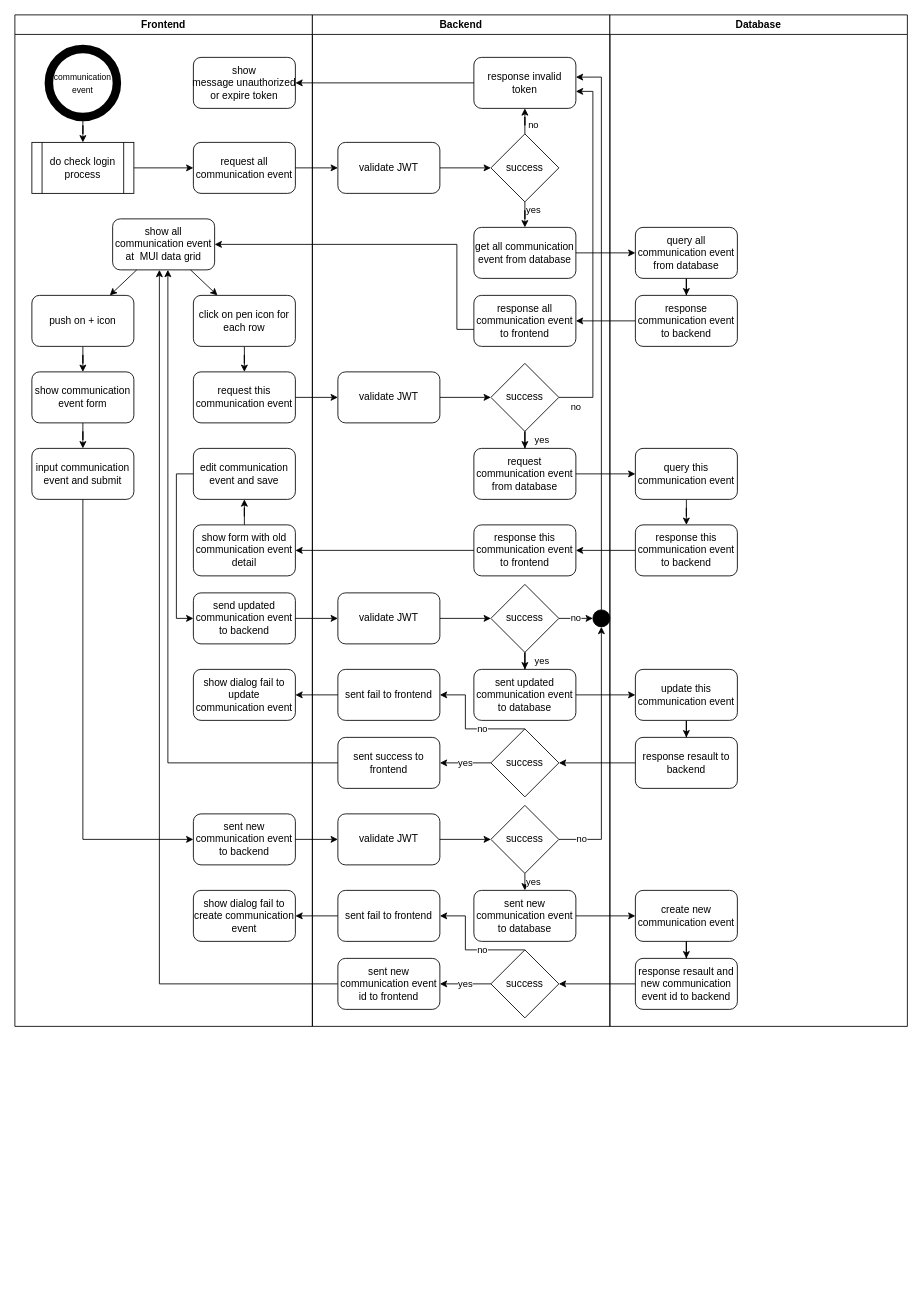
The draw.io diagram page "crud communication event" (12 of 34) of docs/artifact/ActivityDiagram/activity_diagram.drawio in ssszZ-TH/party_fullstack_docker3, before the edit. Source tidied: cells renumbered, new cells numbered last; positions are measured from the earlier drawing's top-left corner, leaving out a move shared by most shapes. Both pictures are drawn from the tidied source at 85%, with x=0, y=0 at pixel (14, 14).
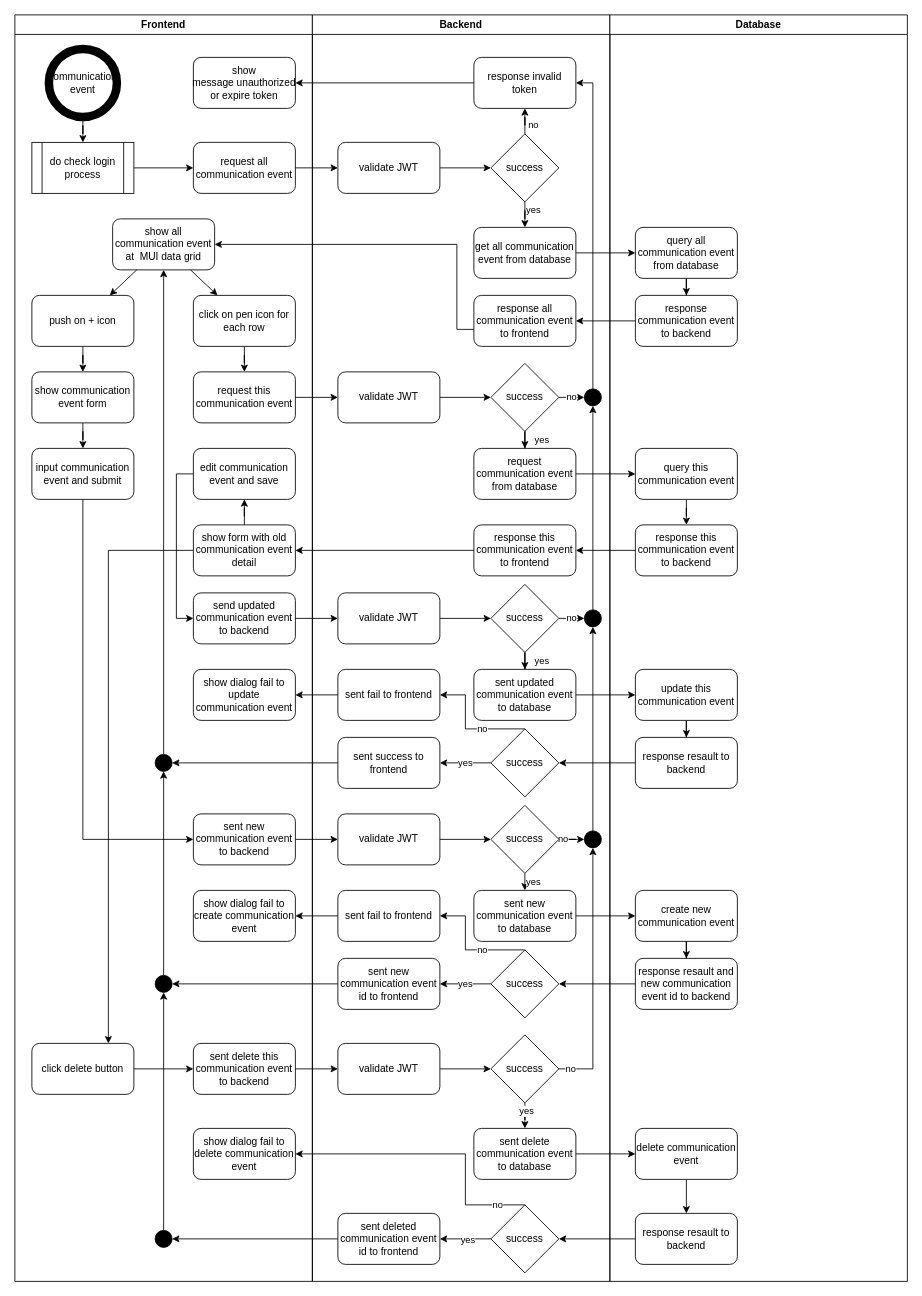
Above is the later version.

Unchanged cells that the change refers to:
```xml
<mxCell id="9" value="&lt;p style=&quot;white-space-collapse: preserve;&quot; dir=&quot;auto&quot;&gt;show all communication event at  MUI data grid&lt;/p&gt;" style="rounded=1;whiteSpace=wrap;html=1;" parent="2" vertex="1">
  <mxGeometry x="115" y="240" width="120" height="60" as="geometry" />
</mxCell>
<mxCell id="20" value="show form with old communication event detail" style="rounded=1;whiteSpace=wrap;html=1;" parent="2" vertex="1">
  <mxGeometry x="210" y="600" width="120" height="60" as="geometry" />
</mxCell>
<mxCell id="35" value="response invalid token" style="rounded=1;whiteSpace=wrap;html=1;" parent="29" vertex="1">
  <mxGeometry x="190" y="50" width="120" height="60" as="geometry" />
</mxCell>
<mxCell id="43" value="success" style="rhombus;whiteSpace=wrap;html=1;" parent="29" vertex="1">
  <mxGeometry x="210" y="410" width="80" height="80" as="geometry" />
</mxCell>
<mxCell id="50" value="success" style="rhombus;whiteSpace=wrap;html=1;" parent="29" vertex="1">
  <mxGeometry x="210" y="670" width="80" height="80" as="geometry" />
</mxCell>
<mxCell id="53" value="success" style="rhombus;whiteSpace=wrap;html=1;" parent="29" vertex="1">
  <mxGeometry x="210" y="930" width="80" height="80" as="geometry" />
</mxCell>
<mxCell id="62" value="sent success to frontend" style="rounded=1;whiteSpace=wrap;html=1;" parent="29" vertex="1">
  <mxGeometry x="30" y="850" width="120" height="60" as="geometry" />
</mxCell>
<mxCell id="71" value="sent new communication event id to frontend" style="rounded=1;whiteSpace=wrap;html=1;" parent="29" vertex="1">
  <mxGeometry x="30" y="1110" width="120" height="60" as="geometry" />
</mxCell>
```

Diff of the diagram source:
```diff
@@
     <mxCell id="2" value="Frontend" style="swimlane;whiteSpace=wrap;html=1;" parent="1" vertex="1">
-      <mxGeometry width="350" height="1190" as="geometry" />
+      <mxGeometry width="350" height="1490" as="geometry" />
     </mxCell>
@@
-    <mxCell id="4" value="&lt;font style=&quot;font-size: 10px;&quot;&gt;communication event&lt;/font&gt;" style="ellipse;whiteSpace=wrap;html=1;strokeWidth=10;" parent="2" vertex="1">
+    <mxCell id="4" value="communication event" style="ellipse;whiteSpace=wrap;html=1;strokeWidth=10;" parent="2" vertex="1">
       <mxGeometry x="40" y="40" width="80" height="80" as="geometry" />
     </mxCell>
@@
+    <mxCell id="102" style="edgeStyle=orthogonalEdgeStyle;rounded=0;jettySize=auto;html=1;entryX=0.75;entryY=0;entryDx=0;entryDy=0;" parent="2" edge="1" source="20" target="105">
+      <mxGeometry relative="1" as="geometry" />
+    </mxCell>
@@
+    <mxCell id="103" value="sent delete this communication event to backend" style="rounded=1;whiteSpace=wrap;html=1;" parent="2" vertex="1">
+      <mxGeometry x="210" y="1210" width="120" height="60" as="geometry" />
+    </mxCell>
+    <mxCell id="104" style="edgeStyle=orthogonalEdgeStyle;rounded=0;jettySize=auto;html=1;" parent="2" edge="1" source="105" target="103">
+      <mxGeometry relative="1" as="geometry" />
+    </mxCell>
+    <mxCell id="105" value="click delete button" style="rounded=1;whiteSpace=wrap;html=1;" parent="2" vertex="1">
+      <mxGeometry x="20" y="1210" width="120" height="60" as="geometry" />
+    </mxCell>
+    <mxCell id="106" value="show dialog fail to delete communication event" style="rounded=1;whiteSpace=wrap;html=1;" parent="2" vertex="1">
+      <mxGeometry x="210" y="1310" width="120" height="60" as="geometry" />
+    </mxCell>
+    <mxCell id="107" style="edgeStyle=orthogonalEdgeStyle;rounded=0;jettySize=auto;html=1;" parent="2" edge="1" source="108" target="9">
+      <mxGeometry relative="1" as="geometry" />
+    </mxCell>
+    <mxCell id="108" style="ellipse;whiteSpace=wrap;html=1;fillColor=#000000;" parent="2" vertex="1">
+      <mxGeometry x="165" y="870" width="20" height="20" as="geometry" />
+    </mxCell>
+    <mxCell id="109" style="edgeStyle=orthogonalEdgeStyle;rounded=0;jettySize=auto;html=1;" parent="2" edge="1" source="110" target="108">
+      <mxGeometry relative="1" as="geometry" />
+    </mxCell>
+    <mxCell id="110" style="ellipse;whiteSpace=wrap;html=1;fillColor=#000000;" parent="2" vertex="1">
+      <mxGeometry x="165" y="1130" width="20" height="20" as="geometry" />
+    </mxCell>
+    <mxCell id="111" style="edgeStyle=orthogonalEdgeStyle;rounded=0;jettySize=auto;html=1;" parent="2" edge="1" source="112" target="110">
+      <mxGeometry relative="1" as="geometry" />
+    </mxCell>
+    <mxCell id="112" style="ellipse;whiteSpace=wrap;html=1;fillColor=#000000;" parent="2" vertex="1">
+      <mxGeometry x="165" y="1430" width="20" height="20" as="geometry" />
+    </mxCell>
     <mxCell id="29" value="Backend" style="swimlane;whiteSpace=wrap;html=1;" parent="1" vertex="1">
-      <mxGeometry x="350" width="350" height="1190" as="geometry" />
+      <mxGeometry x="350" width="350" height="1490" as="geometry" />
     </mxCell>
@@
-    <mxCell id="40" style="edgeStyle=orthogonalEdgeStyle;rounded=0;jettySize=auto;html=1;" parent="29" edge="1" source="43" target="35">
-      <mxGeometry relative="1" as="geometry">
-        <Array as="points">
-          <mxPoint x="330" y="450" />
-          <mxPoint x="330" y="90" />
-        </Array>
-      </mxGeometry>
-    </mxCell>
-    <mxCell id="41" value="no" style="edgeLabel;html=1;align=center;verticalAlign=middle;" parent="40" vertex="1">
-      <mxGeometry x="-0.88" y="-3" relative="1" as="geometry">
-        <mxPoint x="-6" y="7" as="offset" />
-      </mxGeometry>
-    </mxCell>
@@
+    <mxCell id="113" value="no" style="edgeStyle=orthogonalEdgeStyle;rounded=0;jettySize=auto;html=1;" parent="29" edge="1" source="43" target="128">
+      <mxGeometry relative="1" as="geometry" />
+    </mxCell>
@@
-    <mxCell id="48" value="no" style="edgeStyle=orthogonalEdgeStyle;rounded=0;jettySize=auto;html=1;" parent="29" edge="1" source="50" target="56">
-      <mxGeometry relative="1" as="geometry" />
-    </mxCell>
+    <mxCell id="114" value="no" style="edgeStyle=orthogonalEdgeStyle;rounded=0;jettySize=auto;html=1;" parent="29" edge="1" source="50" target="117">
+      <mxGeometry relative="1" as="geometry" />
+    </mxCell>
@@
-    <mxCell id="52" value="no" style="edgeStyle=orthogonalEdgeStyle;rounded=0;jettySize=auto;html=1;" parent="29" edge="1" source="53" target="56">
-      <mxGeometry x="-0.82" relative="1" as="geometry" />
-    </mxCell>
+    <mxCell id="115" value="no" style="edgeStyle=orthogonalEdgeStyle;rounded=0;jettySize=auto;html=1;" parent="29" edge="1" source="53" target="126">
+      <mxGeometry x="-0.82" relative="1" as="geometry" />
+    </mxCell>
@@
-    <mxCell id="55" style="edgeStyle=orthogonalEdgeStyle;rounded=0;jettySize=auto;html=1;entryX=1;entryY=0.387;entryDx=0;entryDy=0;entryPerimeter=0;" parent="29" edge="1" source="56" target="35">
-      <mxGeometry relative="1" as="geometry">
-        <Array as="points">
-          <mxPoint x="340" y="73" />
-        </Array>
-      </mxGeometry>
-    </mxCell>
-    <mxCell id="56" style="ellipse;whiteSpace=wrap;html=1;fillColor=#000000;" parent="29" vertex="1">
-      <mxGeometry x="330" y="700" width="20" height="20" as="geometry" />
-    </mxCell>
+    <mxCell id="116" style="edgeStyle=orthogonalEdgeStyle;rounded=0;jettySize=auto;html=1;entryX=0.5;entryY=1;entryDx=0;entryDy=0;" parent="29" edge="1" source="117" target="128">
+      <mxGeometry relative="1" as="geometry" />
+    </mxCell>
+    <mxCell id="117" style="ellipse;whiteSpace=wrap;html=1;fillColor=#000000;" parent="29" vertex="1">
+      <mxGeometry x="320" y="700" width="20" height="20" as="geometry" />
+    </mxCell>
@@
+    <mxCell id="118" style="edgeStyle=orthogonalEdgeStyle;rounded=0;jettySize=auto;html=1;" parent="29" edge="1" source="119" target="124">
+      <mxGeometry relative="1" as="geometry" />
+    </mxCell>
+    <mxCell id="119" value="validate JWT" style="rounded=1;whiteSpace=wrap;html=1;" parent="29" vertex="1">
+      <mxGeometry x="30" y="1210" width="120" height="60" as="geometry" />
+    </mxCell>
+    <mxCell id="120" style="edgeStyle=orthogonalEdgeStyle;rounded=0;jettySize=auto;html=1;" parent="29" edge="1" source="124" target="126">
+      <mxGeometry relative="1" as="geometry" />
+    </mxCell>
+    <mxCell id="121" value="no" style="edgeLabel;html=1;align=center;verticalAlign=middle;" parent="120" vertex="1">
+      <mxGeometry x="-0.91" y="1" relative="1" as="geometry" />
+    </mxCell>
+    <mxCell id="122" style="edgeStyle=orthogonalEdgeStyle;rounded=0;jettySize=auto;html=1;" parent="29" edge="1" source="124" target="132">
+      <mxGeometry relative="1" as="geometry" />
+    </mxCell>
+    <mxCell id="123" value="yes" style="edgeLabel;html=1;align=center;verticalAlign=middle;" parent="122" vertex="1">
+      <mxGeometry x="-0.66" y="1" relative="1" as="geometry" />
+    </mxCell>
+    <mxCell id="124" value="success" style="rhombus;whiteSpace=wrap;html=1;" parent="29" vertex="1">
+      <mxGeometry x="210" y="1200" width="80" height="80" as="geometry" />
+    </mxCell>
+    <mxCell id="125" style="edgeStyle=orthogonalEdgeStyle;rounded=0;jettySize=auto;html=1;entryX=0.5;entryY=1;entryDx=0;entryDy=0;" parent="29" edge="1" source="126" target="117">
+      <mxGeometry relative="1" as="geometry" />
+    </mxCell>
+    <mxCell id="126" style="ellipse;whiteSpace=wrap;html=1;fillColor=#000000;" parent="29" vertex="1">
+      <mxGeometry x="320" y="960" width="20" height="20" as="geometry" />
+    </mxCell>
+    <mxCell id="127" style="edgeStyle=orthogonalEdgeStyle;rounded=0;jettySize=auto;html=1;" parent="29" edge="1" source="128" target="35">
+      <mxGeometry relative="1" as="geometry">
+        <Array as="points">
+          <mxPoint x="330" y="80" />
+        </Array>
+      </mxGeometry>
+    </mxCell>
+    <mxCell id="128" style="ellipse;whiteSpace=wrap;html=1;fillColor=#000000;" parent="29" vertex="1">
+      <mxGeometry x="320" y="440" width="20" height="20" as="geometry" />
+    </mxCell>
+    <mxCell id="129" style="edgeStyle=orthogonalEdgeStyle;rounded=0;jettySize=auto;html=1;" parent="29" edge="1" source="131" target="133">
+      <mxGeometry relative="1" as="geometry" />
+    </mxCell>
+    <mxCell id="130" value="yes" style="edgeLabel;html=1;align=center;verticalAlign=middle;" parent="129" vertex="1">
+      <mxGeometry x="-0.08" relative="1" as="geometry" />
+    </mxCell>
+    <mxCell id="131" value="success" style="rhombus;whiteSpace=wrap;html=1;" parent="29" vertex="1">
+      <mxGeometry x="210" y="1400" width="80" height="80" as="geometry" />
+    </mxCell>
+    <mxCell id="132" value="sent delete communication event to database" style="rounded=1;whiteSpace=wrap;html=1;" parent="29" vertex="1">
+      <mxGeometry x="190" y="1310" width="120" height="60" as="geometry" />
+    </mxCell>
+    <mxCell id="133" value="sent deleted communication event id to frontend" style="rounded=1;whiteSpace=wrap;html=1;" parent="29" vertex="1">
+      <mxGeometry x="30" y="1410" width="120" height="60" as="geometry" />
+    </mxCell>
     <mxCell id="72" value="Database" style="swimlane;whiteSpace=wrap;html=1;startSize=23;" parent="1" vertex="1">
-      <mxGeometry x="700" width="350" height="1190" as="geometry" />
+      <mxGeometry x="700" width="350" height="1490" as="geometry" />
     </mxCell>
@@
+    <mxCell id="134" style="edgeStyle=orthogonalEdgeStyle;rounded=0;jettySize=auto;html=1;" parent="72" edge="1" source="135" target="136">
+      <mxGeometry relative="1" as="geometry" />
+    </mxCell>
+    <mxCell id="135" value="delete communication event" style="rounded=1;whiteSpace=wrap;html=1;" parent="72" vertex="1">
+      <mxGeometry x="30" y="1310" width="120" height="60" as="geometry" />
+    </mxCell>
+    <mxCell id="136" value="response resault to backend" style="rounded=1;whiteSpace=wrap;html=1;" parent="72" vertex="1">
+      <mxGeometry x="30" y="1410" width="120" height="60" as="geometry" />
+    </mxCell>
@@
-    <mxCell id="96" style="edgeStyle=orthogonalEdgeStyle;rounded=0;jettySize=auto;html=1;" parent="1" edge="1" source="62" target="9">
-      <mxGeometry relative="1" as="geometry">
-        <Array as="points">
-          <mxPoint x="180" y="880" />
-        </Array>
-      </mxGeometry>
-    </mxCell>
@@
-    <mxCell id="101" style="edgeStyle=orthogonalEdgeStyle;rounded=0;jettySize=auto;html=1;" parent="1" edge="1" source="71" target="9">
-      <mxGeometry relative="1" as="geometry">
-        <Array as="points">
-          <mxPoint x="170" y="1140" />
-        </Array>
-      </mxGeometry>
-    </mxCell>
+    <mxCell id="137" style="edgeStyle=orthogonalEdgeStyle;rounded=0;jettySize=auto;html=1;" parent="1" edge="1" source="103" target="119">
+      <mxGeometry relative="1" as="geometry" />
+    </mxCell>
+    <mxCell id="138" style="edgeStyle=orthogonalEdgeStyle;rounded=0;jettySize=auto;html=1;" parent="1" edge="1" source="132" target="135">
+      <mxGeometry relative="1" as="geometry" />
+    </mxCell>
+    <mxCell id="139" style="edgeStyle=orthogonalEdgeStyle;rounded=0;jettySize=auto;html=1;" parent="1" edge="1" source="136" target="131">
+      <mxGeometry relative="1" as="geometry" />
+    </mxCell>
+    <mxCell id="140" style="edgeStyle=orthogonalEdgeStyle;rounded=0;jettySize=auto;html=1;entryX=1;entryY=0.5;entryDx=0;entryDy=0;" parent="1" edge="1" source="131" target="106">
+      <mxGeometry relative="1" as="geometry">
+        <Array as="points">
+          <mxPoint x="530" y="1400" />
+          <mxPoint x="530" y="1340" />
+        </Array>
+      </mxGeometry>
+    </mxCell>
+    <mxCell id="141" value="no" style="edgeLabel;html=1;align=center;verticalAlign=middle;" parent="140" vertex="1">
+      <mxGeometry x="-0.8" y="-1" relative="1" as="geometry" />
+    </mxCell>
+    <mxCell id="142" style="edgeStyle=orthogonalEdgeStyle;rounded=0;jettySize=auto;html=1;" parent="1" edge="1" source="62" target="108">
+      <mxGeometry relative="1" as="geometry" />
+    </mxCell>
+    <mxCell id="143" style="edgeStyle=orthogonalEdgeStyle;rounded=0;jettySize=auto;html=1;" parent="1" edge="1" source="71" target="110">
+      <mxGeometry relative="1" as="geometry" />
+    </mxCell>
+    <mxCell id="144" style="edgeStyle=orthogonalEdgeStyle;rounded=0;jettySize=auto;html=1;" parent="1" edge="1" source="133" target="112">
+      <mxGeometry relative="1" as="geometry" />
+    </mxCell>
```
